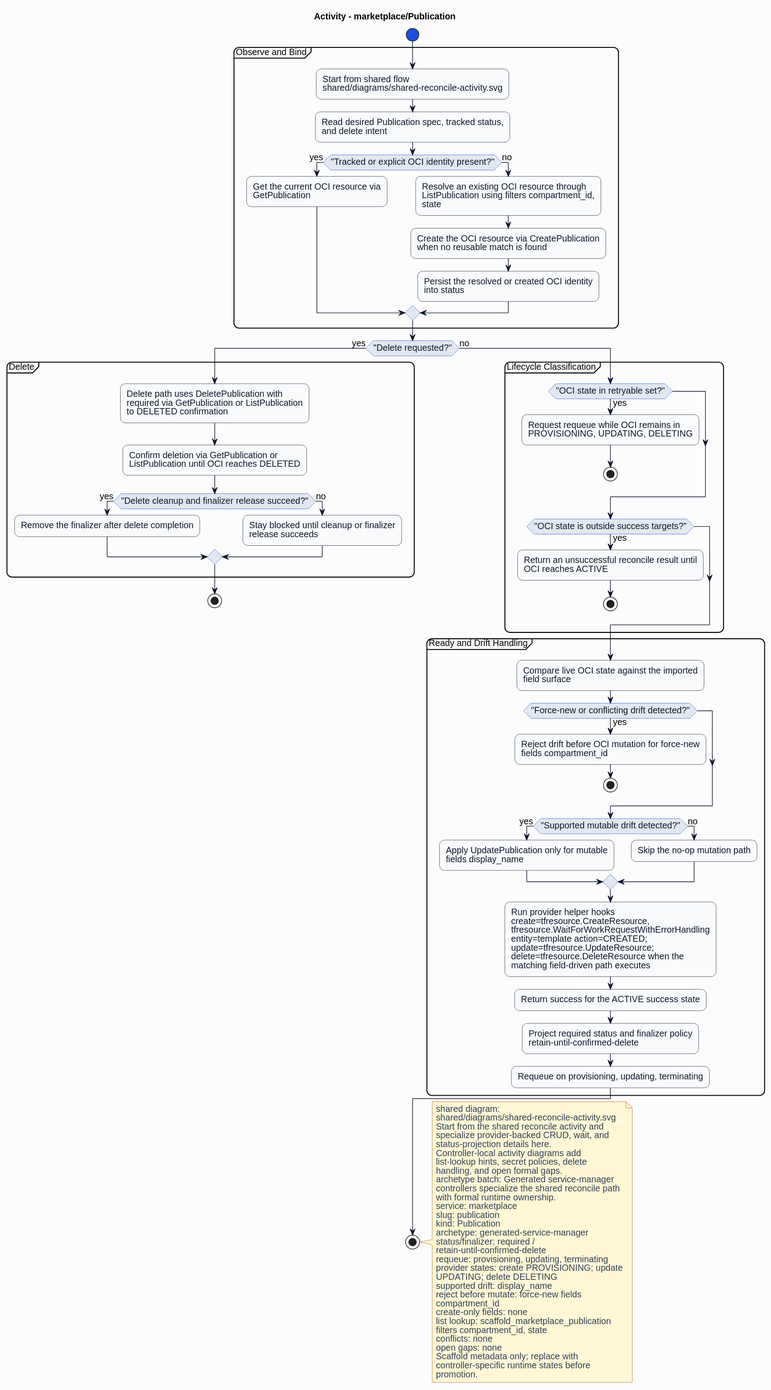
Before: formal/controllers/marketplace/publication/diagrams/activity.svg, a diagram exported from PlantUML (HaoyL666/oci-service-operator). The source it was exported from:
```plantuml
@startuml
skinparam shadowing false
skinparam backgroundColor #fcfcfd
skinparam defaultFontName Helvetica
skinparam defaultFontSize 14
skinparam arrowColor #0f172a
skinparam noteBackgroundColor #fff7d6
skinparam noteBorderColor #b45309
skinparam noteFontColor #334155
skinparam roundcorner 16
title Activity - marketplace/Publication
skinparam activity {
  backgroundColor #f8fafc
  borderColor #0f172a
  fontColor #0f172a
  diamondBackgroundColor #e2e8f0
  diamondBorderColor #1d4ed8
  diamondFontColor #0f172a
  startColor #1d4ed8
  endColor #0f172a
  barColor #1d4ed8
}
start
partition "Observe and Bind" {
:Start from shared flow\nshared/diagrams/shared-reconcile-activity.svg;
:Read desired Publication spec, tracked status,\nand delete intent;
if ("Tracked or explicit OCI identity present?") then (yes)
:Get the current OCI resource via\nGetPublication;
else (no)
:Resolve an existing OCI resource through\nListPublication using filters compartment_id,\nstate;
:Create the OCI resource via CreatePublication\nwhen no reusable match is found;
:Persist the resolved or created OCI identity\ninto status;
endif
}
if ("Delete requested?") then (yes)
partition "Delete" {
:Delete path uses DeletePublication with\nrequired via GetPublication or ListPublication\nto DELETED confirmation;
:Confirm deletion via GetPublication or\nListPublication until OCI reaches DELETED;
if ("Delete cleanup and finalizer release succeed?") then (yes)
:Remove the finalizer after delete completion;
else (no)
:Stay blocked until cleanup or finalizer\nrelease succeeds;
endif
}
stop
else (no)
partition "Lifecycle Classification" {
if ("OCI state in retryable set?") then (yes)
:Request requeue while OCI remains in\nPROVISIONING, UPDATING, DELETING;
stop
endif
if ("OCI state is outside success targets?") then (yes)
:Return an unsuccessful reconcile result until\nOCI reaches ACTIVE;
stop
endif
}
partition "Ready and Drift Handling" {
:Compare live OCI state against the imported\nfield surface;
if ("Force-new or conflicting drift detected?") then (yes)
:Reject drift before OCI mutation for force-new\nfields compartment_id;
stop
endif
if ("Supported mutable drift detected?") then (yes)
:Apply UpdatePublication only for mutable\nfields display_name;
else (no)
:Skip the no-op mutation path;
endif
:Run provider helper hooks\ncreate=tfresource.CreateResource,\ntfresource.WaitForWorkRequestWithErrorHandling\nentity=template action=CREATED;\nupdate=tfresource.UpdateResource;\ndelete=tfresource.DeleteResource when the\nmatching field-driven path executes;
:Return success for the ACTIVE success state;
:Project required status and finalizer policy\nretain-until-confirmed-delete;
:Requeue on provisioning, updating, terminating;
}
endif
stop
note right
shared diagram:
shared/diagrams/shared-reconcile-activity.svg
Start from the shared reconcile activity and
specialize provider-backed CRUD, wait, and
status-projection details here.
Controller-local activity diagrams add
list-lookup hints, secret policies, delete
handling, and open formal gaps.
archetype batch: Generated service-manager
controllers specialize the shared reconcile path
with formal runtime ownership.
service: marketplace
slug: publication
kind: Publication
archetype: generated-service-manager
status/finalizer: required /
retain-until-confirmed-delete
requeue: provisioning, updating, terminating
provider states: create PROVISIONING; update
UPDATING; delete DELETING
supported drift: display_name
reject before mutate: force-new fields
compartment_id
create-only fields: none
list lookup: scaffold_marketplace_publication
filters compartment_id, state
conflicts: none
open gaps: none
Scaffold metadata only; replace with
controller-specific runtime states before
promotion.
end note
@enduml
```
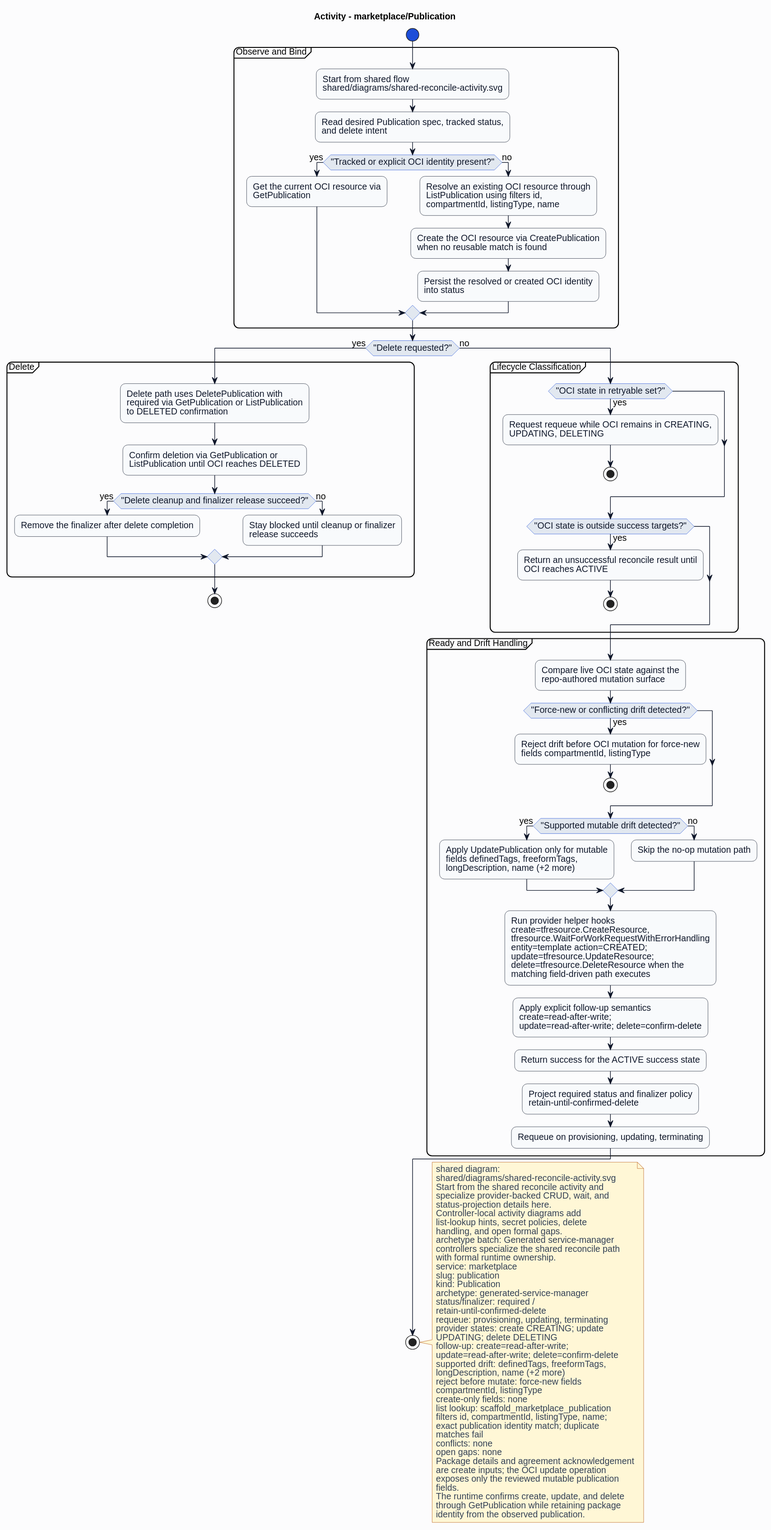
After the change.

What changed in the source:
```diff
@@ -27,7 +27,7 @@
 if ("Tracked or explicit OCI identity present?") then (yes)
 :Get the current OCI resource via\nGetPublication;
 else (no)
-:Resolve an existing OCI resource through\nListPublication using filters compartment_id,\nstate;
+:Resolve an existing OCI resource through\nListPublication using filters id,\ncompartmentId, listingType, name;
 :Create the OCI resource via CreatePublication\nwhen no reusable match is found;
 :Persist the resolved or created OCI identity\ninto status;
 endif
@@ -46,7 +46,7 @@
 else (no)
 partition "Lifecycle Classification" {
 if ("OCI state in retryable set?") then (yes)
-:Request requeue while OCI remains in\nPROVISIONING, UPDATING, DELETING;
+:Request requeue while OCI remains in CREATING,\nUPDATING, DELETING;
 stop
 endif
 if ("OCI state is outside success targets?") then (yes)
@@ -55,17 +55,18 @@
 endif
 }
 partition "Ready and Drift Handling" {
-:Compare live OCI state against the imported\nfield surface;
+:Compare live OCI state against the\nrepo-authored mutation surface;
 if ("Force-new or conflicting drift detected?") then (yes)
-:Reject drift before OCI mutation for force-new\nfields compartment_id;
+:Reject drift before OCI mutation for force-new\nfields compartmentId, listingType;
 stop
 endif
 if ("Supported mutable drift detected?") then (yes)
-:Apply UpdatePublication only for mutable\nfields display_name;
+:Apply UpdatePublication only for mutable\nfields definedTags, freeformTags,\nlongDescription, name (+2 more);
 else (no)
 :Skip the no-op mutation path;
 endif
 :Run provider helper hooks\ncreate=tfresource.CreateResource,\ntfresource.WaitForWorkRequestWithErrorHandling\nentity=template action=CREATED;\nupdate=tfresource.UpdateResource;\ndelete=tfresource.DeleteResource when the\nmatching field-driven path executes;
+:Apply explicit follow-up semantics\ncreate=read-after-write;\nupdate=read-after-write; delete=confirm-delete;
 :Return success for the ACTIVE success state;
 :Project required status and finalizer policy\nretain-until-confirmed-delete;
 :Requeue on provisioning, updating, terminating;
@@ -91,18 +92,27 @@
 status/finalizer: required /
 retain-until-confirmed-delete
 requeue: provisioning, updating, terminating
-provider states: create PROVISIONING; update
+provider states: create CREATING; update
 UPDATING; delete DELETING
-supported drift: display_name
+follow-up: create=read-after-write;
+update=read-after-write; delete=confirm-delete
+supported drift: definedTags, freeformTags,
+longDescription, name (+2 more)
 reject before mutate: force-new fields
-compartment_id
+compartmentId, listingType
 create-only fields: none
 list lookup: scaffold_marketplace_publication
-filters compartment_id, state
+filters id, compartmentId, listingType, name;
+exact publication identity match; duplicate
+matches fail
 conflicts: none
 open gaps: none
-Scaffold metadata only; replace with
-controller-specific runtime states before
-promotion.
+Package details and agreement acknowledgement
+are create inputs; the OCI update operation
+exposes only the reviewed mutable publication
+fields.
+The runtime confirms create, update, and delete
+through GetPublication while retaining package
+identity from the observed publication.
 end note
 @enduml
```
